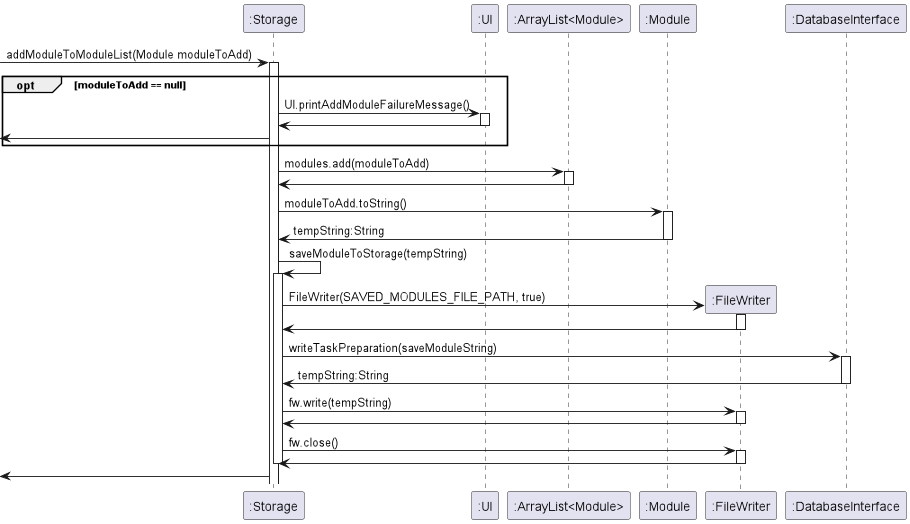
The PlantUML diagram docs/diagrams/Storage/StorageAddModule.png in nus-cs2113-AY2223S2/tp, before a commit.
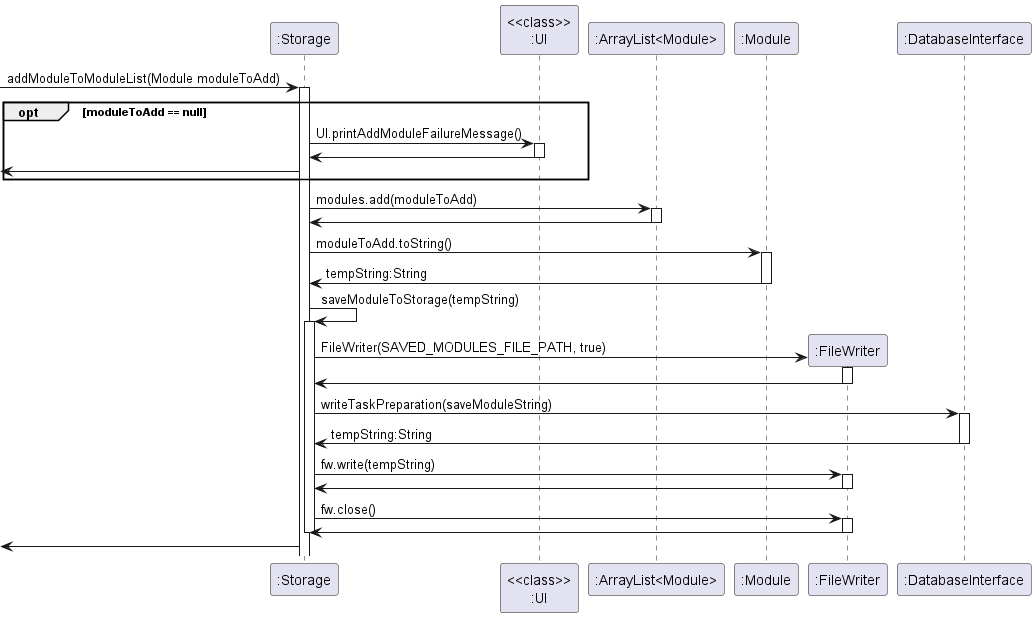
Later version of the same file.

Commit message:
Update sequence diagram to show UI as static reference instead

What changed in the source:
```diff
@@ -4,10 +4,10 @@
 -> ":Storage" : addModuleToModuleList(Module moduleToAdd)
 activate ":Storage"
 opt moduleToAdd == null
-":Storage" -> ":UI" : UI.printAddModuleFailureMessage()
-activate ":UI"
-":Storage" <- ":UI"
-deactivate ":UI"
+":Storage" -> "<<class>>\n:UI" : UI.printAddModuleFailureMessage()
+activate "<<class>>\n:UI"
+":Storage" <- "<<class>>\n:UI"
+deactivate "<<class>>\n:UI"
 <- ":Storage"
 end
 
```
